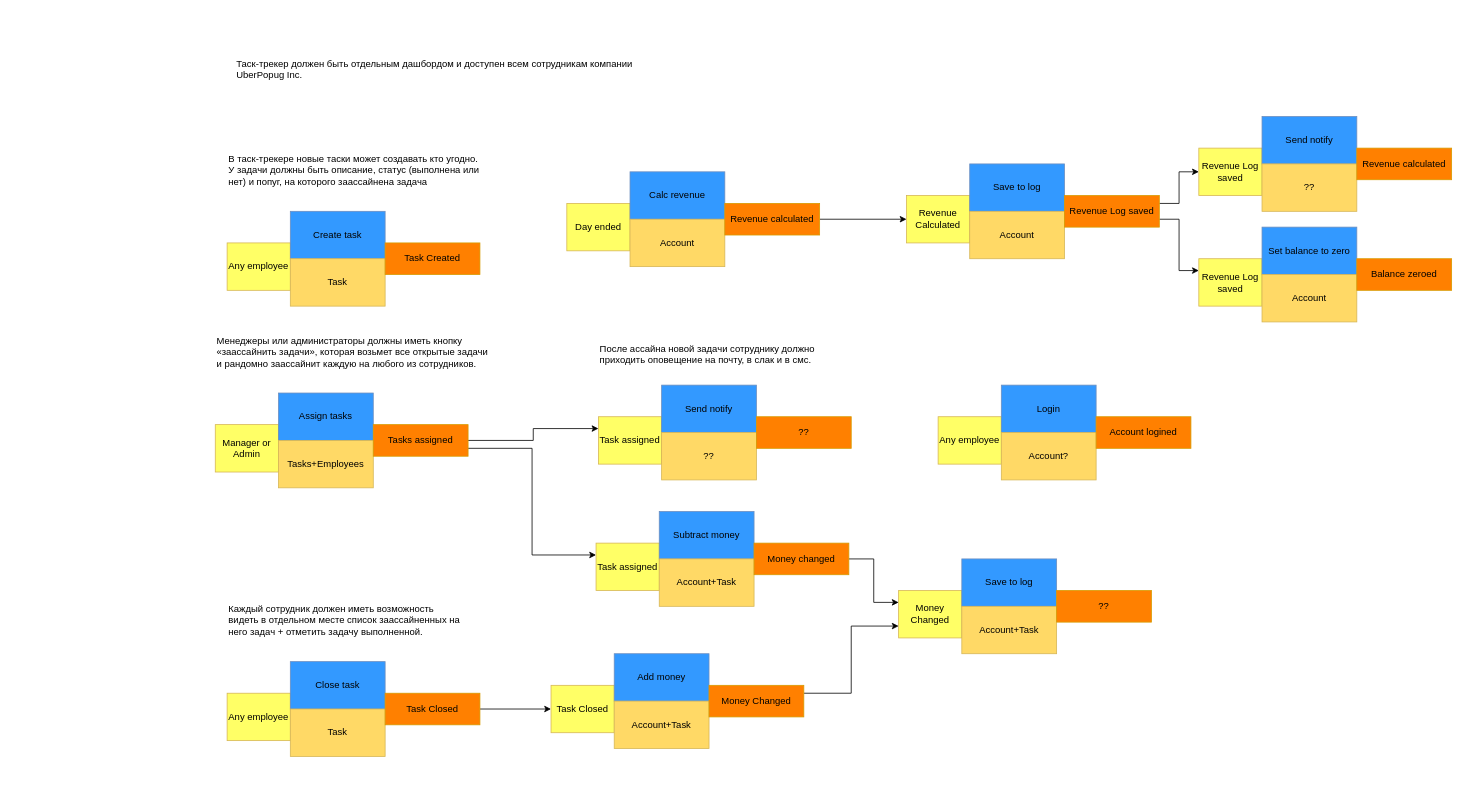
Above: page "Actors, Commands, Events" (1 of 2) of popug_event_storming.drawio in evyalyy/popug_jira (draw.io), before the change. Source tidied: cells renumbered, new cells numbered last; positions are measured from the earlier drawing's top-left corner, leaving out a move shared by most shapes. Both pictures are drawn from the tidied source at 79%, with x=0, y=0 at pixel (215, 53).
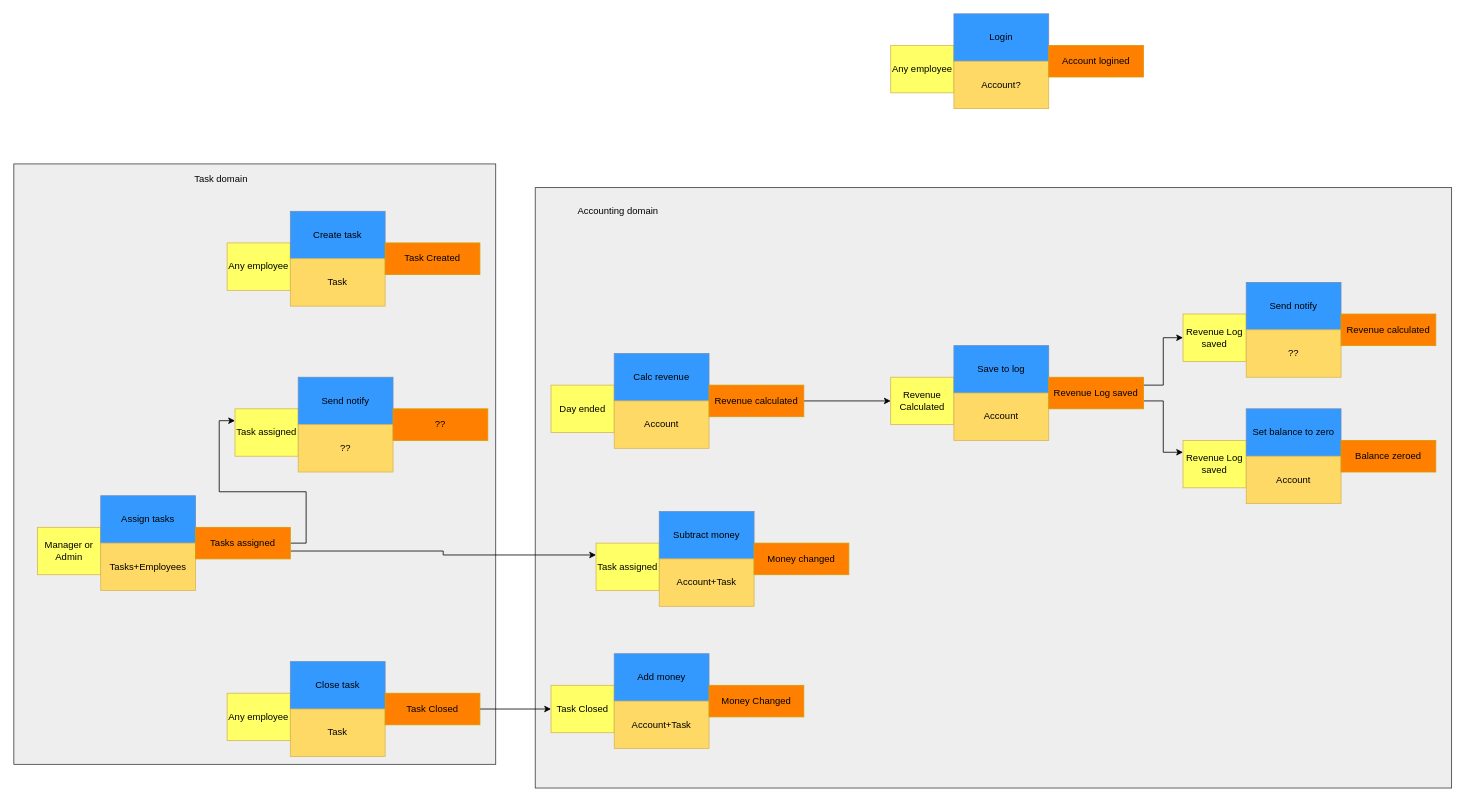
The same page after the edit.

The change refers to these unchanged cells:
```xml
<mxCell id="30" value="Money changed" style="rounded=0;whiteSpace=wrap;html=1;strokeColor=#d79b00;fillColor=#FF8000;" parent="1" vertex="1">
  <mxGeometry x="682" y="620" width="120" height="40" as="geometry" />
</mxCell>
<mxCell id="35" value="Money Changed" style="rounded=0;whiteSpace=wrap;html=1;strokeColor=#d79b00;fillColor=#FF8000;" parent="1" vertex="1">
  <mxGeometry x="625" y="800" width="120" height="40" as="geometry" />
</mxCell>
```

What changed in the source:
```diff
@@
-    <mxCell id="2" value="Таск-трекер должен быть отдельным дашбордом и доступен всем сотрудникам компании UberPopug Inc." style="text;whiteSpace=wrap;html=1;" parent="1" vertex="1">
-      <mxGeometry x="25" width="550" height="40" as="geometry" />
-    </mxCell>
-    <mxCell id="3" value="В таск-трекере новые таски может создавать кто угодно. У задачи должны быть описание, статус (выполнена или нет) и попуг, на которого заассайнена задача" style="text;whiteSpace=wrap;html=1;" parent="1" vertex="1">
-      <mxGeometry x="15" y="120" width="320" height="60" as="geometry" />
-    </mxCell>
-    <mxCell id="4" value="Менеджеры или администраторы должны иметь кнопку «заассайнить задачи», которая возьмет все открытые задачи и рандомно заассайнит каждую на любого из сотрудников." style="text;whiteSpace=wrap;html=1;" parent="1" vertex="1">
-      <mxGeometry y="350" width="350" height="60" as="geometry" />
-    </mxCell>
-    <mxCell id="5" value="Каждый сотрудник должен иметь возможность видеть в отдельном месте список заассайненных на него задач + отметить задачу выполненной." style="text;whiteSpace=wrap;html=1;" parent="1" vertex="1">
-      <mxGeometry x="15" y="690" width="300" height="70" as="geometry" />
-    </mxCell>
+    <mxCell id="63" style="rounded=0;whiteSpace=wrap;html=1;fillColor=#eeeeee;strokeColor=#36393d;" parent="1" vertex="1">
+      <mxGeometry x="405" y="170" width="1160" height="760" as="geometry" />
+    </mxCell>
+    <mxCell id="64" style="rounded=0;whiteSpace=wrap;html=1;fillColor=#eeeeee;strokeColor=#36393d;" parent="1" vertex="1">
+      <mxGeometry x="-255" y="140" width="610" height="760" as="geometry" />
+    </mxCell>
@@
     <mxCell id="10" value="Manager or &lt;br&gt;Admin" style="rounded=0;whiteSpace=wrap;html=1;strokeColor=#d6b656;fillColor=#FFFF66;" parent="1" vertex="1">
-      <mxGeometry y="470" width="80" height="60" as="geometry" />
+      <mxGeometry x="-225" y="600" width="80" height="60" as="geometry" />
     </mxCell>
     <mxCell id="11" value="Assign tasks" style="rounded=0;whiteSpace=wrap;html=1;strokeColor=#6c8ebf;fillColor=#3399FF;" parent="1" vertex="1">
-      <mxGeometry x="80" y="430" width="120" height="60" as="geometry" />
+      <mxGeometry x="-145" y="560" width="120" height="60" as="geometry" />
     </mxCell>
     <mxCell id="12" value="Tasks+Employees" style="rounded=0;whiteSpace=wrap;html=1;strokeColor=#d6b656;fillColor=#FFD966;" parent="1" vertex="1">
-      <mxGeometry x="80" y="490" width="120" height="60" as="geometry" />
+      <mxGeometry x="-145" y="620" width="120" height="60" as="geometry" />
     </mxCell>
@@
     <mxCell id="15" value="Tasks assigned" style="rounded=0;whiteSpace=wrap;html=1;strokeColor=#d79b00;fillColor=#FF8000;" parent="1" vertex="1">
-      <mxGeometry x="200" y="470" width="120" height="40" as="geometry" />
+      <mxGeometry x="-25" y="600" width="120" height="40" as="geometry" />
     </mxCell>
@@
-    <mxCell id="21" value="После ассайна новой задачи сотруднику должно приходить оповещение на почту, в слак и в смс." style="text;whiteSpace=wrap;html=1;" parent="1" vertex="1">
-      <mxGeometry x="485" y="360" width="290" height="40" as="geometry" />
-    </mxCell>
     <mxCell id="22" value="Task assigned" style="rounded=0;whiteSpace=wrap;html=1;strokeColor=#d6b656;fillColor=#FFFF66;" parent="1" vertex="1">
-      <mxGeometry x="485" y="460" width="80" height="60" as="geometry" />
+      <mxGeometry x="25" y="450" width="80" height="60" as="geometry" />
     </mxCell>
     <mxCell id="23" value="Send notify" style="rounded=0;whiteSpace=wrap;html=1;strokeColor=#6c8ebf;fillColor=#3399FF;" parent="1" vertex="1">
-      <mxGeometry x="565" y="420" width="120" height="60" as="geometry" />
+      <mxGeometry x="105" y="410" width="120" height="60" as="geometry" />
     </mxCell>
     <mxCell id="24" value="??" style="rounded=0;whiteSpace=wrap;html=1;strokeColor=#d6b656;fillColor=#FFD966;" parent="1" vertex="1">
-      <mxGeometry x="565" y="480" width="120" height="60" as="geometry" />
+      <mxGeometry x="105" y="470" width="120" height="60" as="geometry" />
     </mxCell>
     <mxCell id="25" value="??" style="rounded=0;whiteSpace=wrap;html=1;strokeColor=#d79b00;fillColor=#FF8000;" parent="1" vertex="1">
-      <mxGeometry x="685" y="460" width="120" height="40" as="geometry" />
+      <mxGeometry x="225" y="450" width="120" height="40" as="geometry" />
     </mxCell>
@@
-    <mxCell id="29" style="edgeStyle=orthogonalEdgeStyle;rounded=0;jettySize=auto;html=1;exitX=1;exitY=0.5;exitDx=0;exitDy=0;entryX=0;entryY=0.25;entryDx=0;entryDy=0;" parent="1" edge="1" source="30" target="36">
-      <mxGeometry relative="1" as="geometry" />
-    </mxCell>
@@
-    <mxCell id="34" style="edgeStyle=orthogonalEdgeStyle;rounded=0;jettySize=auto;html=1;exitX=1;exitY=0.25;exitDx=0;exitDy=0;entryX=0;entryY=0.75;entryDx=0;entryDy=0;" parent="1" edge="1" source="35" target="36">
-      <mxGeometry relative="1" as="geometry" />
-    </mxCell>
@@
-    <mxCell id="36" value="Money Changed" style="rounded=0;whiteSpace=wrap;html=1;strokeColor=#d6b656;fillColor=#FFFF66;" parent="1" vertex="1">
-      <mxGeometry x="865" y="680" width="80" height="60" as="geometry" />
-    </mxCell>
-    <mxCell id="37" value="Save to log" style="rounded=0;whiteSpace=wrap;html=1;strokeColor=#6c8ebf;fillColor=#3399FF;" parent="1" vertex="1">
-      <mxGeometry x="945" y="640" width="120" height="60" as="geometry" />
-    </mxCell>
-    <mxCell id="38" value="Account+Task" style="rounded=0;whiteSpace=wrap;html=1;strokeColor=#d6b656;fillColor=#FFD966;" parent="1" vertex="1">
-      <mxGeometry x="945" y="700" width="120" height="60" as="geometry" />
-    </mxCell>
-    <mxCell id="39" value="??" style="rounded=0;whiteSpace=wrap;html=1;strokeColor=#d79b00;fillColor=#FF8000;" parent="1" vertex="1">
-      <mxGeometry x="1065" y="680" width="120" height="40" as="geometry" />
-    </mxCell>
     <mxCell id="40" value="Day ended" style="rounded=0;whiteSpace=wrap;html=1;strokeColor=#d6b656;fillColor=#FFFF66;" parent="1" vertex="1">
-      <mxGeometry x="445" y="190" width="80" height="60" as="geometry" />
+      <mxGeometry x="425" y="420" width="80" height="60" as="geometry" />
     </mxCell>
     <mxCell id="41" value="Calc revenue" style="rounded=0;whiteSpace=wrap;html=1;strokeColor=#6c8ebf;fillColor=#3399FF;" parent="1" vertex="1">
-      <mxGeometry x="525" y="150" width="120" height="60" as="geometry" />
+      <mxGeometry x="505" y="380" width="120" height="60" as="geometry" />
     </mxCell>
     <mxCell id="42" value="Account" style="rounded=0;whiteSpace=wrap;html=1;strokeColor=#d6b656;fillColor=#FFD966;" parent="1" vertex="1">
-      <mxGeometry x="525" y="210" width="120" height="60" as="geometry" />
+      <mxGeometry x="505" y="440" width="120" height="60" as="geometry" />
     </mxCell>
@@
     <mxCell id="44" value="Revenue calculated" style="rounded=0;whiteSpace=wrap;html=1;strokeColor=#d79b00;fillColor=#FF8000;" parent="1" vertex="1">
-      <mxGeometry x="645" y="190" width="120" height="40" as="geometry" />
+      <mxGeometry x="625" y="420" width="120" height="40" as="geometry" />
     </mxCell>
     <mxCell id="45" value="Revenue Calculated" style="rounded=0;whiteSpace=wrap;html=1;strokeColor=#d6b656;fillColor=#FFFF66;" parent="1" vertex="1">
-      <mxGeometry x="875" y="180" width="80" height="60" as="geometry" />
+      <mxGeometry x="855" y="410" width="80" height="60" as="geometry" />
     </mxCell>
     <mxCell id="46" value="Save to log" style="rounded=0;whiteSpace=wrap;html=1;strokeColor=#6c8ebf;fillColor=#3399FF;" parent="1" vertex="1">
-      <mxGeometry x="955" y="140" width="120" height="60" as="geometry" />
+      <mxGeometry x="935" y="370" width="120" height="60" as="geometry" />
     </mxCell>
     <mxCell id="47" value="Account" style="rounded=0;whiteSpace=wrap;html=1;strokeColor=#d6b656;fillColor=#FFD966;" parent="1" vertex="1">
-      <mxGeometry x="955" y="200" width="120" height="60" as="geometry" />
+      <mxGeometry x="935" y="430" width="120" height="60" as="geometry" />
     </mxCell>
@@
     <mxCell id="50" value="Revenue Log saved" style="rounded=0;whiteSpace=wrap;html=1;strokeColor=#d79b00;fillColor=#FF8000;" parent="1" vertex="1">
-      <mxGeometry x="1075" y="180" width="120" height="40" as="geometry" />
+      <mxGeometry x="1055" y="410" width="120" height="40" as="geometry" />
     </mxCell>
     <mxCell id="51" value="Revenue Log saved" style="rounded=0;whiteSpace=wrap;html=1;strokeColor=#d6b656;fillColor=#FFFF66;" parent="1" vertex="1">
-      <mxGeometry x="1245" y="120" width="80" height="60" as="geometry" />
+      <mxGeometry x="1225" y="330" width="80" height="60" as="geometry" />
     </mxCell>
     <mxCell id="52" value="Send notify" style="rounded=0;whiteSpace=wrap;html=1;strokeColor=#6c8ebf;fillColor=#3399FF;" parent="1" vertex="1">
-      <mxGeometry x="1325" y="80" width="120" height="60" as="geometry" />
+      <mxGeometry x="1305" y="290" width="120" height="60" as="geometry" />
     </mxCell>
     <mxCell id="53" value="??" style="rounded=0;whiteSpace=wrap;html=1;strokeColor=#d6b656;fillColor=#FFD966;" parent="1" vertex="1">
-      <mxGeometry x="1325" y="140" width="120" height="60" as="geometry" />
+      <mxGeometry x="1305" y="350" width="120" height="60" as="geometry" />
     </mxCell>
     <mxCell id="54" value="Revenue calculated" style="rounded=0;whiteSpace=wrap;html=1;strokeColor=#d79b00;fillColor=#FF8000;" parent="1" vertex="1">
-      <mxGeometry x="1445" y="120" width="120" height="40" as="geometry" />
+      <mxGeometry x="1425" y="330" width="120" height="40" as="geometry" />
     </mxCell>
     <mxCell id="55" value="Revenue Log saved" style="rounded=0;whiteSpace=wrap;html=1;strokeColor=#d6b656;fillColor=#FFFF66;" parent="1" vertex="1">
-      <mxGeometry x="1245" y="260" width="80" height="60" as="geometry" />
+      <mxGeometry x="1225" y="490" width="80" height="60" as="geometry" />
     </mxCell>
     <mxCell id="56" value="Set balance to zero" style="rounded=0;whiteSpace=wrap;html=1;strokeColor=#6c8ebf;fillColor=#3399FF;" parent="1" vertex="1">
-      <mxGeometry x="1325" y="220" width="120" height="60" as="geometry" />
+      <mxGeometry x="1305" y="450" width="120" height="60" as="geometry" />
     </mxCell>
     <mxCell id="57" value="Account" style="rounded=0;whiteSpace=wrap;html=1;strokeColor=#d6b656;fillColor=#FFD966;" parent="1" vertex="1">
-      <mxGeometry x="1325" y="280" width="120" height="60" as="geometry" />
+      <mxGeometry x="1305" y="510" width="120" height="60" as="geometry" />
     </mxCell>
     <mxCell id="58" value="Balance zeroed" style="rounded=0;whiteSpace=wrap;html=1;strokeColor=#d79b00;fillColor=#FF8000;" parent="1" vertex="1">
-      <mxGeometry x="1445" y="260" width="120" height="40" as="geometry" />
+      <mxGeometry x="1425" y="490" width="120" height="40" as="geometry" />
     </mxCell>
     <mxCell id="59" value="Any employee" style="rounded=0;whiteSpace=wrap;html=1;strokeColor=#d6b656;fillColor=#FFFF66;" parent="1" vertex="1">
-      <mxGeometry x="915" y="460" width="80" height="60" as="geometry" />
+      <mxGeometry x="855" y="-10" width="80" height="60" as="geometry" />
     </mxCell>
     <mxCell id="60" value="Login" style="rounded=0;whiteSpace=wrap;html=1;strokeColor=#6c8ebf;fillColor=#3399FF;" parent="1" vertex="1">
-      <mxGeometry x="995" y="420" width="120" height="60" as="geometry" />
+      <mxGeometry x="935" y="-50" width="120" height="60" as="geometry" />
     </mxCell>
     <mxCell id="61" value="Account?" style="rounded=0;whiteSpace=wrap;html=1;strokeColor=#d6b656;fillColor=#FFD966;" parent="1" vertex="1">
-      <mxGeometry x="995" y="480" width="120" height="60" as="geometry" />
+      <mxGeometry x="935" y="10" width="120" height="60" as="geometry" />
     </mxCell>
     <mxCell id="62" value="Account logined" style="rounded=0;whiteSpace=wrap;html=1;strokeColor=#d79b00;fillColor=#FF8000;" parent="1" vertex="1">
-      <mxGeometry x="1115" y="460" width="120" height="40" as="geometry" />
+      <mxGeometry x="1055" y="-10" width="120" height="40" as="geometry" />
     </mxCell>
+    <mxCell id="65" value="Task domain" style="text;html=1;strokeColor=none;fillColor=none;align=center;verticalAlign=middle;whiteSpace=wrap;rounded=0;" parent="1" vertex="1">
+      <mxGeometry x="-40" y="150" width="95" height="20" as="geometry" />
+    </mxCell>
+    <mxCell id="66" value="Accounting domain" style="text;html=1;strokeColor=none;fillColor=none;align=center;verticalAlign=middle;whiteSpace=wrap;rounded=0;" parent="1" vertex="1">
+      <mxGeometry x="445" y="190" width="130" height="20" as="geometry" />
+    </mxCell>
```
